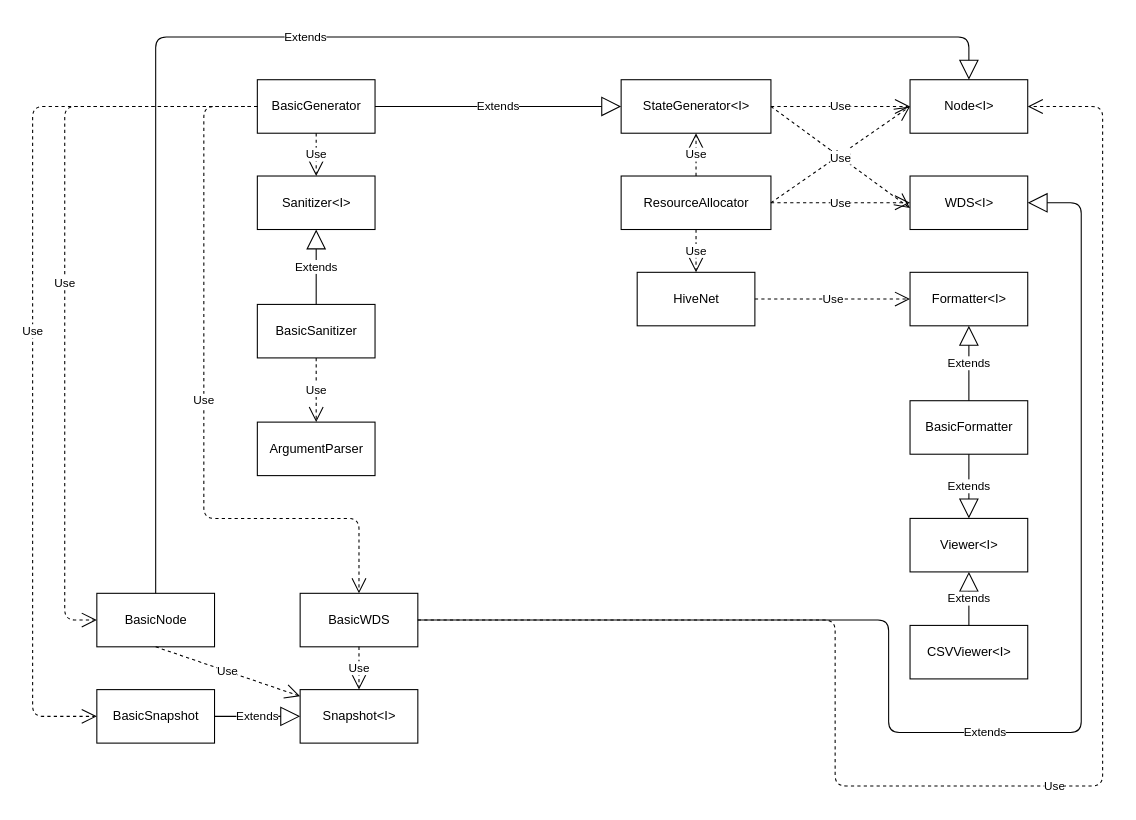
The draw.io diagram specs/ClassDiagram.drawio in arstevens/hive-sim, before the edit. Source tidied: cells renumbered, new cells numbered last; positions are measured from the earlier drawing's top-left corner, leaving out a move shared by most shapes. Both pictures are drawn from the tidied source at 107%, with x=0, y=0 at pixel (32, 36).
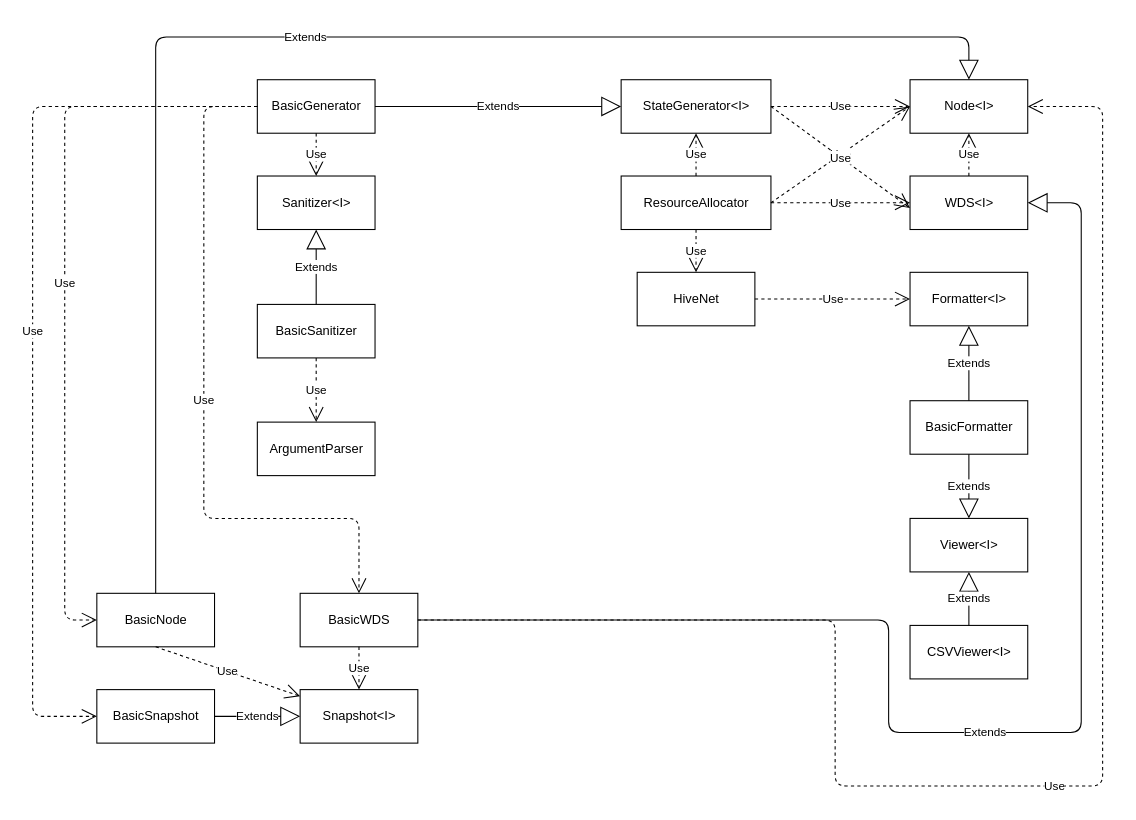
The same page after the edit.

The change refers to these unchanged cells:
```xml
<mxCell id="9" value="WDS&amp;lt;I&amp;gt;" style="html=1;" parent="1" vertex="1">
  <mxGeometry x="820" y="130" width="110" height="50" as="geometry" />
</mxCell>
<mxCell id="10" value="Node&amp;lt;I&amp;gt;" style="html=1;" parent="1" vertex="1">
  <mxGeometry x="820" y="40" width="110" height="50" as="geometry" />
</mxCell>
```

Change to the diagram source:
```diff
@@
+    <mxCell id="42" value="Use" style="endArrow=open;endSize=12;dashed=1;html=1;exitX=0.5;exitY=0;exitDx=0;exitDy=0;entryX=0.5;entryY=1;entryDx=0;entryDy=0;" parent="1" edge="1" source="9" target="10">
+      <mxGeometry relative="1" as="geometry" />
+    </mxCell>
```
